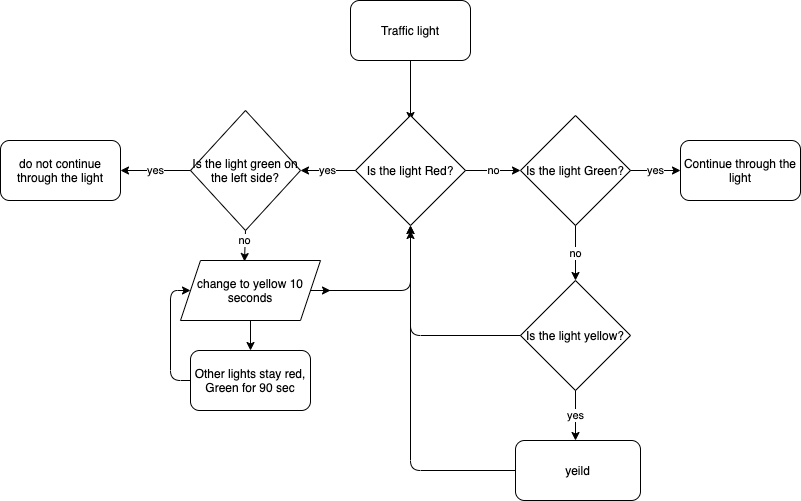
kblankenhorn/CF-ADS-Kim-Stephan keeps this draw.io diagram as exercise 5 - traffic light.png. Above is the earlier version. Source tidied: cells renumbered, new cells last; positions are measured from the earlier drawing's top-left corner, leaving out a move shared by most shapes.
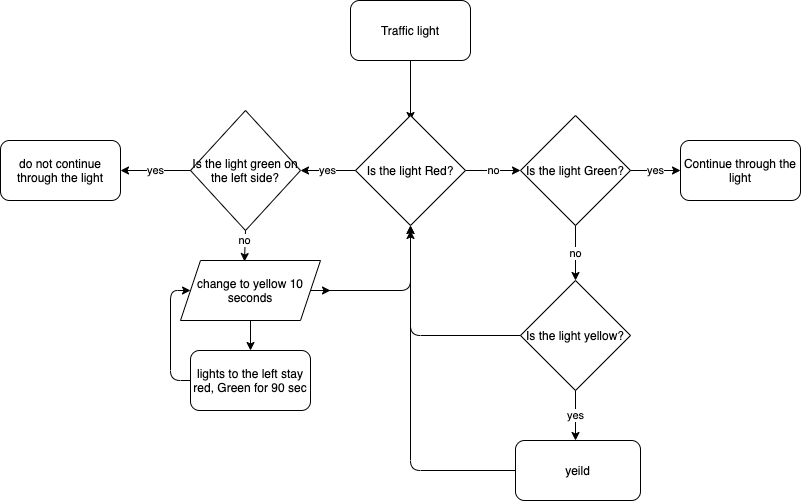
After the change.

What changed in the source:
```diff
@@ -39,7 +39,7 @@
     <mxCell id="12" style="endArrow=classic;html=1;exitX=0.5;exitY=1;exitDx=0;exitDy=0;entryX=0.5;entryY=0;entryDx=0;entryDy=0;" parent="1" edge="1" source="11" target="13">
       <mxGeometry relative="1" as="geometry" />
     </mxCell>
-    <mxCell id="13" value="Other lights stay red, Green for 90 sec" style="rounded=1;whiteSpace=wrap;html=1;" parent="1" vertex="1">
+    <mxCell id="13" value="lights to the left stay red, Green for 90 sec" style="rounded=1;whiteSpace=wrap;html=1;" parent="1" vertex="1">
       <mxGeometry x="190" y="350" width="120" height="60" as="geometry" />
     </mxCell>
     <mxCell id="14" style="endArrow=classic;html=1;exitX=0;exitY=0.5;exitDx=0;exitDy=0;entryX=0;entryY=0.5;entryDx=0;entryDy=0;" parent="1" edge="1" source="13" target="11">
```
